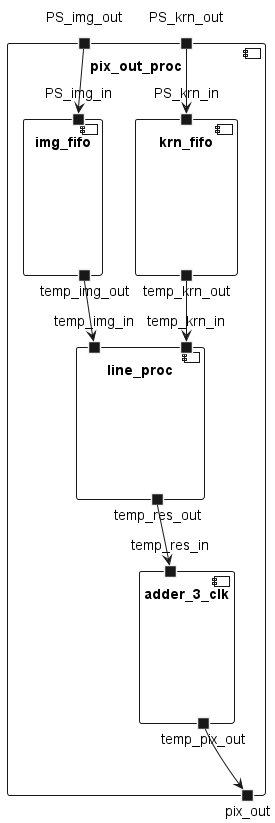
The PlantUML diagram A-Eye_FPGA/diagrams/out/archi_v2/pix_out_proc.png in ngisedsysle/A-Eye, before a commit.
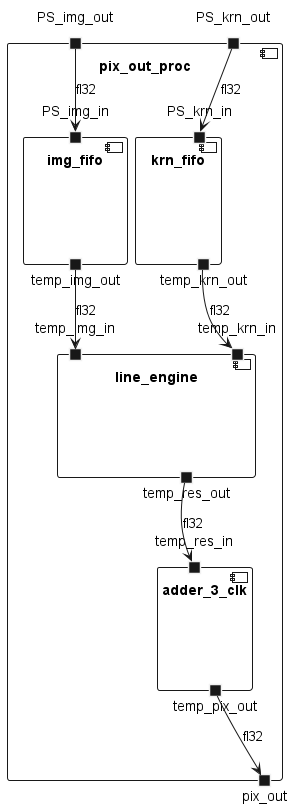
After the commit.

Commit message:
exported diagrams

The edit, as a diff of the source:
```diff
@@ -7,25 +7,25 @@
         portin PS_img_in
         portout temp_img_out
     }
-    PS_img_out --> PS_img_in
+    PS_img_out --> PS_img_in : fl32
     component krn_fifo{
         portin PS_krn_in
         portout temp_krn_out
     }
-    PS_krn_out --> PS_krn_in
-    component line_proc{
+    PS_krn_out --> PS_krn_in : fl32
+    component line_engine{
         portin temp_img_in
         portin temp_krn_in
         portout temp_res_out
     }
-    temp_img_out --> temp_img_in
-    temp_krn_out --> temp_krn_in
+    temp_img_out --> temp_img_in : fl32
+    temp_krn_out --> temp_krn_in : fl32
 
     component adder_3_clk{
         portin temp_res_in
         portout temp_pix_out
     }
-    temp_res_out --> temp_res_in
-    temp_pix_out --> pix_out
+    temp_res_out --> temp_res_in : fl32
+    temp_pix_out --> pix_out : fl32
 }
 @enduml
```
